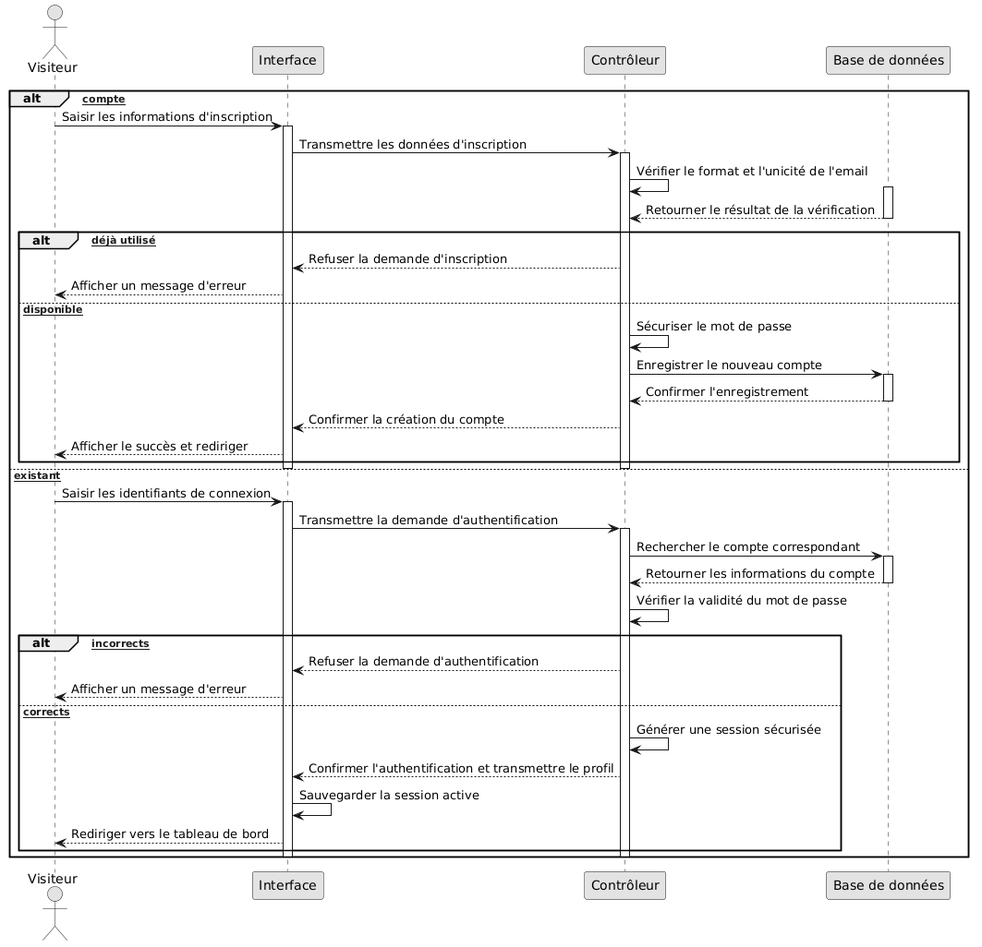
malek420122/hotel_project_pfe keeps this PlantUML diagram as out/docs/uml/Authentification sécurisée/Authentification sécurisée.png. Above is the earlier version. Its diagram source:
```plantuml
@startuml
skinparam monochrome true
skinparam shadowing false

actor "Visiteur" as user
participant "Interface" as vue
participant "Contrôleur" as api
participant "Base de données" as db

alt [Nouveau compte]
    user -> vue : Saisir les informations d'inscription
    activate vue
    vue -> api : Transmettre les données d'inscription
    activate api

    api -> api : Vérifier le format et l'unicité de l'email
    activate db
    db --> api : Retourner le résultat de la vérification
    deactivate db

    alt [Email déjà utilisé]
        api --> vue : Refuser la demande d'inscription
        vue --> user : Afficher un message d'erreur
    else [Email disponible]
        api -> api : Sécuriser le mot de passe
        api -> db : Enregistrer le nouveau compte
        activate db
        db --> api : Confirmer l'enregistrement
        deactivate db
        api --> vue : Confirmer la création du compte
        vue --> user : Afficher le succès et rediriger
    end
    deactivate api
    deactivate vue

else [Compte existant]
    user -> vue : Saisir les identifiants de connexion
    activate vue
    vue -> api : Transmettre la demande d'authentification
    activate api

    api -> db : Rechercher le compte correspondant
    activate db
    db --> api : Retourner les informations du compte
    deactivate db

    api -> api : Vérifier la validité du mot de passe
    alt [Identifiants incorrects]
        api --> vue : Refuser la demande d'authentification
        vue --> user : Afficher un message d'erreur
    else [Identifiants corrects]
        api -> api : Générer une session sécurisée
        api --> vue : Confirmer l'authentification et transmettre le profil

        vue -> vue : Sauvegarder la session active
        vue --> user : Rediriger vers le tableau de bord
    end
    deactivate api
    deactivate vue
end
@enduml
```
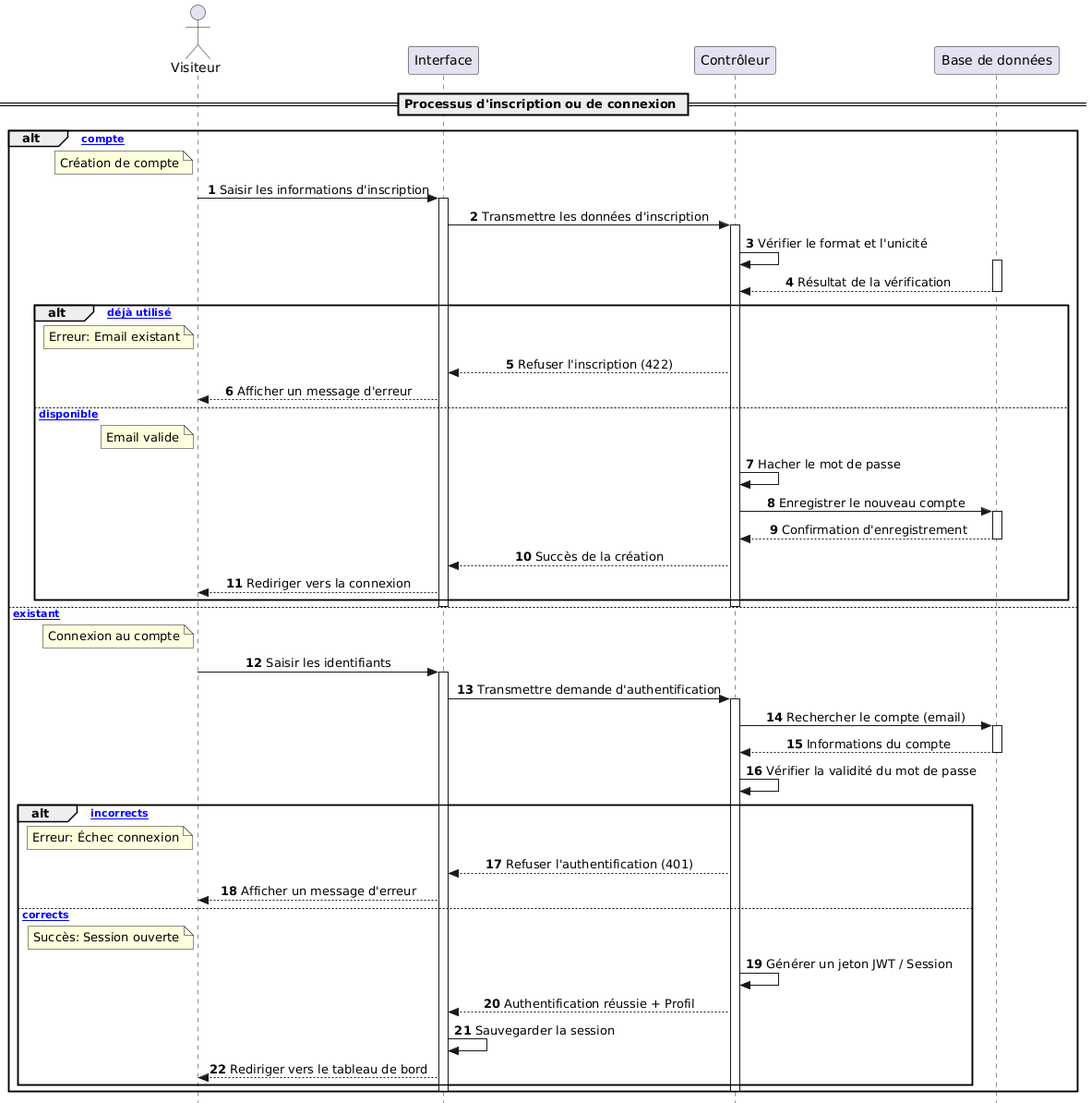
The same file after the commit.

What changed in the source:
```diff
@@ -1,58 +1,80 @@
 @startuml
-skinparam monochrome true
+skinparam style strictuml
+skinparam sequenceMessageAlign center
 skinparam shadowing false
+autonumber
 
 actor "Visiteur" as user
 participant "Interface" as vue
 participant "Contrôleur" as api
 participant "Base de données" as db
 
+== Processus d'inscription ou de connexion ==
+
 alt [Nouveau compte]
+    note left of user
+      Création de compte
+    end note
     user -> vue : Saisir les informations d'inscription
     activate vue
     vue -> api : Transmettre les données d'inscription
     activate api
 
-    api -> api : Vérifier le format et l'unicité de l'email
+    api -> api : Vérifier le format et l'unicité
     activate db
-    db --> api : Retourner le résultat de la vérification
+    db --> api : Résultat de la vérification
     deactivate db
 
     alt [Email déjà utilisé]
-        api --> vue : Refuser la demande d'inscription
+        note left of user
+          Erreur: Email existant
+        end note
+        api --> vue : Refuser l'inscription (422)
         vue --> user : Afficher un message d'erreur
     else [Email disponible]
-        api -> api : Sécuriser le mot de passe
+        note left of user
+          Email valide
+        end note
+        api -> api : Hacher le mot de passe
         api -> db : Enregistrer le nouveau compte
         activate db
-        db --> api : Confirmer l'enregistrement
+        db --> api : Confirmation d'enregistrement
         deactivate db
-        api --> vue : Confirmer la création du compte
-        vue --> user : Afficher le succès et rediriger
+        api --> vue : Succès de la création
+        vue --> user : Rediriger vers la connexion
     end
     deactivate api
     deactivate vue
 
 else [Compte existant]
-    user -> vue : Saisir les identifiants de connexion
+    note left of user
+      Connexion au compte
+    end note
+    user -> vue : Saisir les identifiants
     activate vue
-    vue -> api : Transmettre la demande d'authentification
+    vue -> api : Transmettre demande d'authentification
     activate api
 
-    api -> db : Rechercher le compte correspondant
+    api -> db : Rechercher le compte (email)
     activate db
-    db --> api : Retourner les informations du compte
+    db --> api : Informations du compte
     deactivate db
 
     api -> api : Vérifier la validité du mot de passe
     alt [Identifiants incorrects]
-        api --> vue : Refuser la demande d'authentification
+        note left of user
+          Erreur: Échec connexion
+        end note
+        api --> vue : Refuser l'authentification (401)
         vue --> user : Afficher un message d'erreur
     else [Identifiants corrects]
-        api -> api : Générer une session sécurisée
-        api --> vue : Confirmer l'authentification et transmettre le profil
+        note left of user
+          Succès: Session ouverte
+        end note
+        api -> api : Générer un jeton JWT / Session
+        api --> vue : Authentification réussie + Profil
 
-        vue -> vue : Sauvegarder la session active
+        vue -> vue : Sauvegarder la session
         vue --> user : Rediriger vers le tableau de bord
     end
     deactivate api
```
